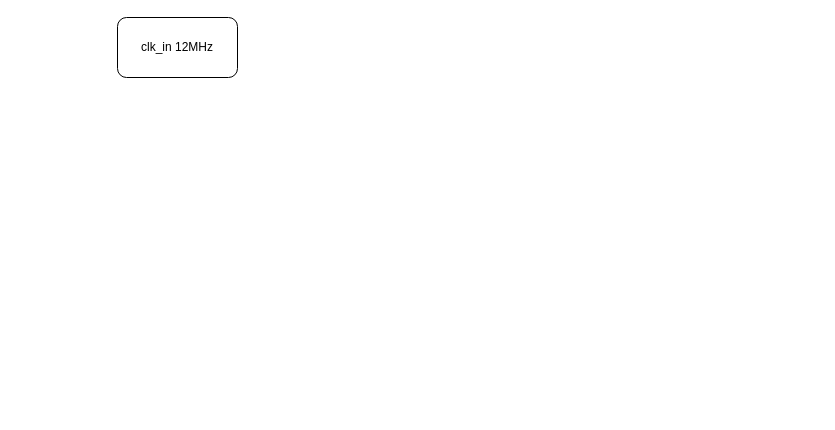
Before: 未命名绘图.drawio in bbrlbt/amazon-braket-examples, a draw.io diagram. Source tidied: cells renumbered, new cells numbered last; positions are measured from the earlier drawing's top-left corner, leaving out a move shared by most shapes. Both pictures are drawn from the tidied source at 100%, with x=0, y=0 at pixel (117, 17).
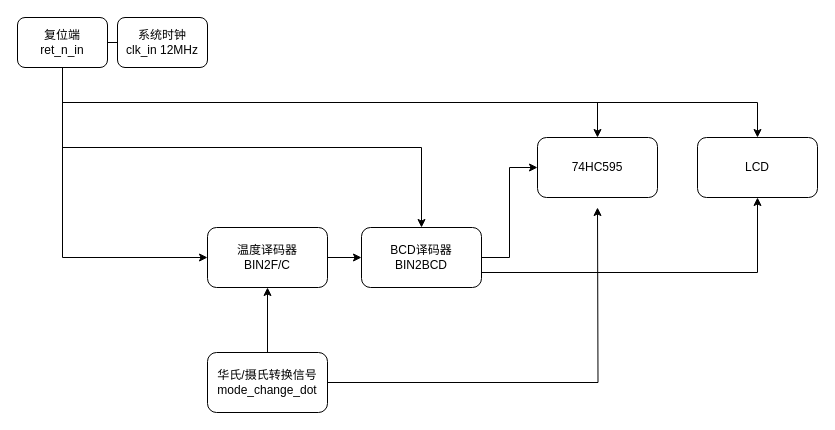
The same diagram, later.

The edit, as a diff of the source:
```diff
@@
 <mxGraphModel>
   <root>
     <mxCell id="0" />
     <mxCell id="1" parent="0" />
-    <mxCell id="2" value="clk_in 12MHz" style="rounded=1;whiteSpace=wrap;html=1;" parent="1" vertex="1">
-      <mxGeometry width="120" height="60" as="geometry" />
+    <mxCell id="2" value="系统时钟&lt;br&gt;clk_in 12MHz" style="rounded=1;whiteSpace=wrap;html=1;" parent="1" vertex="1">
+      <mxGeometry width="90" height="50" as="geometry" />
     </mxCell>
+    <mxCell id="3" style="edgeStyle=orthogonalEdgeStyle;rounded=0;jettySize=auto;html=1;exitX=1;exitY=0.5;exitDx=0;exitDy=0;entryX=0;entryY=0.5;entryDx=0;entryDy=0;" parent="1" edge="1" source="4" target="17">
+      <mxGeometry relative="1" as="geometry" />
+    </mxCell>
+    <mxCell id="4" value="温度译码器&lt;br&gt;BIN2F/C" style="rounded=1;whiteSpace=wrap;html=1;" parent="1" vertex="1">
+      <mxGeometry x="90" y="210" width="120" height="60" as="geometry" />
+    </mxCell>
+    <mxCell id="5" value="74HC595" style="rounded=1;whiteSpace=wrap;html=1;" parent="1" vertex="1">
+      <mxGeometry x="420" y="120" width="120" height="60" as="geometry" />
+    </mxCell>
+    <mxCell id="6" value="LCD" style="rounded=1;whiteSpace=wrap;html=1;" parent="1" vertex="1">
+      <mxGeometry x="580" y="120" width="120" height="60" as="geometry" />
+    </mxCell>
+    <mxCell id="7" style="edgeStyle=orthogonalEdgeStyle;rounded=0;jettySize=auto;html=1;exitX=0.5;exitY=1;exitDx=0;exitDy=0;entryX=0;entryY=0.5;entryDx=0;entryDy=0;" parent="1" edge="1" source="11" target="4">
+      <mxGeometry relative="1" as="geometry" />
+    </mxCell>
+    <mxCell id="8" style="edgeStyle=orthogonalEdgeStyle;rounded=0;jettySize=auto;html=1;exitX=0.5;exitY=1;exitDx=0;exitDy=0;entryX=0.5;entryY=0;entryDx=0;entryDy=0;" parent="1" edge="1" source="11" target="17">
+      <mxGeometry relative="1" as="geometry" />
+    </mxCell>
+    <mxCell id="9" style="edgeStyle=orthogonalEdgeStyle;rounded=0;jettySize=auto;html=1;exitX=0.5;exitY=1;exitDx=0;exitDy=0;entryX=0.5;entryY=0;entryDx=0;entryDy=0;" parent="1" edge="1" source="11" target="5">
+      <mxGeometry relative="1" as="geometry" />
+    </mxCell>
+    <mxCell id="10" style="edgeStyle=orthogonalEdgeStyle;rounded=0;jettySize=auto;html=1;exitX=0.5;exitY=1;exitDx=0;exitDy=0;entryX=0.5;entryY=0;entryDx=0;entryDy=0;" parent="1" edge="1" source="11" target="6">
+      <mxGeometry relative="1" as="geometry" />
+    </mxCell>
+    <mxCell id="11" value="复位端&lt;br&gt;ret_n_in" style="rounded=1;whiteSpace=wrap;html=1;" parent="1" vertex="1">
+      <mxGeometry x="-100" width="90" height="50" as="geometry" />
+    </mxCell>
+    <mxCell id="12" style="edgeStyle=orthogonalEdgeStyle;rounded=0;jettySize=auto;html=1;exitX=0.5;exitY=0;exitDx=0;exitDy=0;entryX=0.5;entryY=1;entryDx=0;entryDy=0;" parent="1" edge="1" source="14" target="4">
+      <mxGeometry relative="1" as="geometry" />
+    </mxCell>
+    <mxCell id="13" style="edgeStyle=orthogonalEdgeStyle;rounded=0;jettySize=auto;html=1;exitX=1;exitY=0.5;exitDx=0;exitDy=0;" parent="1" edge="1" source="14">
+      <mxGeometry relative="1" as="geometry">
+        <mxPoint x="480" y="190" as="targetPoint" />
+      </mxGeometry>
+    </mxCell>
+    <mxCell id="14" value="华氏/摄氏转换信号&lt;br&gt;mode_change_dot" style="rounded=1;whiteSpace=wrap;html=1;" parent="1" vertex="1">
+      <mxGeometry x="90" y="335" width="120" height="60" as="geometry" />
+    </mxCell>
+    <mxCell id="15" style="edgeStyle=orthogonalEdgeStyle;rounded=0;jettySize=auto;html=1;exitX=1;exitY=0.5;exitDx=0;exitDy=0;entryX=0;entryY=0.5;entryDx=0;entryDy=0;" parent="1" edge="1" source="17" target="5">
+      <mxGeometry relative="1" as="geometry" />
+    </mxCell>
+    <mxCell id="16" style="edgeStyle=orthogonalEdgeStyle;rounded=0;jettySize=auto;html=1;exitX=1;exitY=0.75;exitDx=0;exitDy=0;entryX=0.5;entryY=1;entryDx=0;entryDy=0;" parent="1" edge="1" source="17" target="6">
+      <mxGeometry relative="1" as="geometry" />
+    </mxCell>
+    <mxCell id="17" value="BCD译码器&lt;br&gt;BIN2BCD" style="rounded=1;whiteSpace=wrap;html=1;" parent="1" vertex="1">
+      <mxGeometry x="244" y="210" width="120" height="60" as="geometry" />
+    </mxCell>
+    <mxCell id="18" style="endArrow=none;html=1;rounded=0;entryX=0;entryY=0.5;entryDx=0;entryDy=0;exitX=1;exitY=0.5;exitDx=0;exitDy=0;" parent="1" edge="1" source="11" target="2">
+      <mxGeometry relative="1" as="geometry" />
+    </mxCell>
   </root>
 </mxGraphModel>
```
